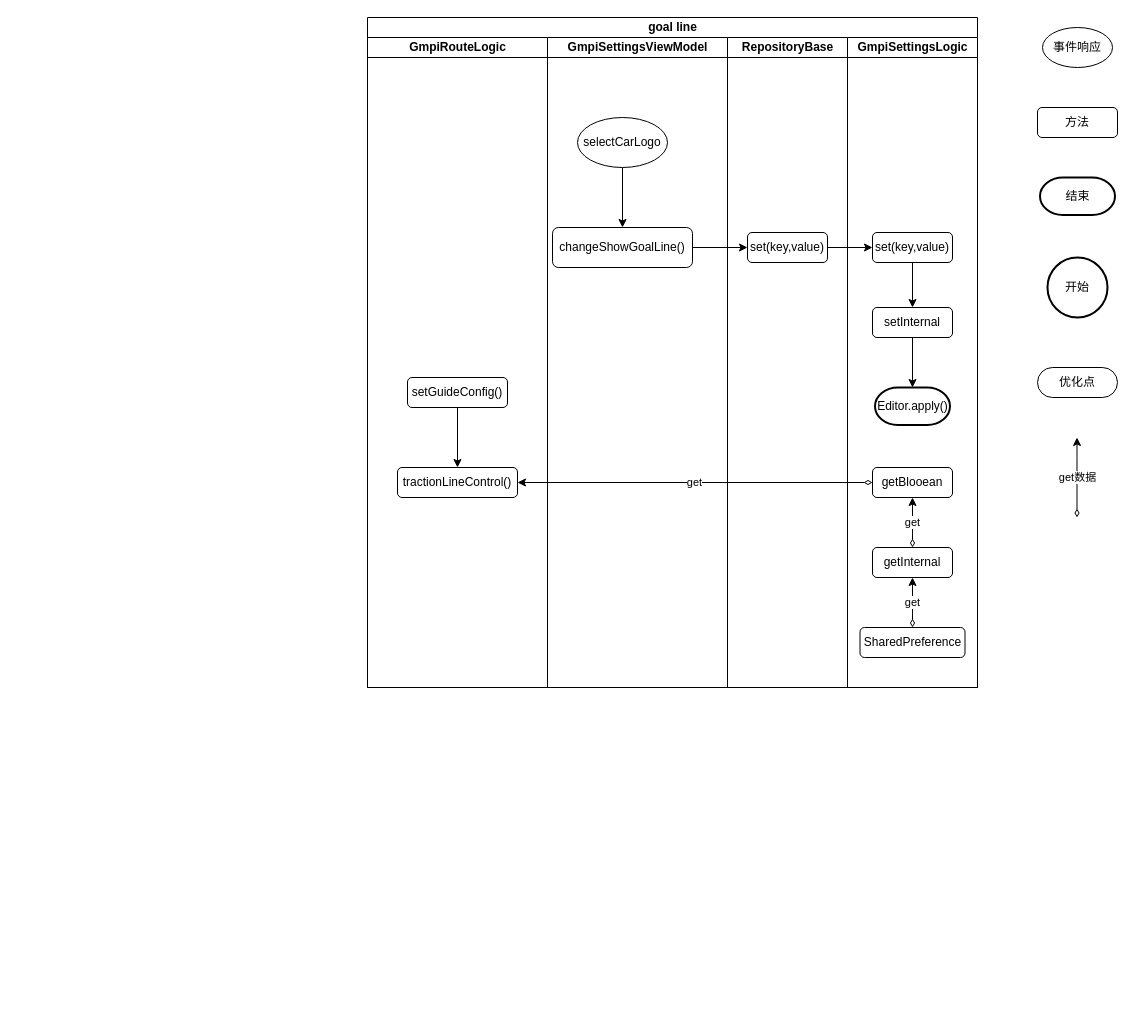
Before: fly line.drawio in voilet0604/android-testing, a draw.io diagram. Source tidied: cells renumbered, new cells numbered last; positions are measured from the earlier drawing's top-left corner, leaving out a move shared by most shapes. Both pictures are drawn from the tidied source at 100%, with x=0, y=0 at pixel (367, 17).
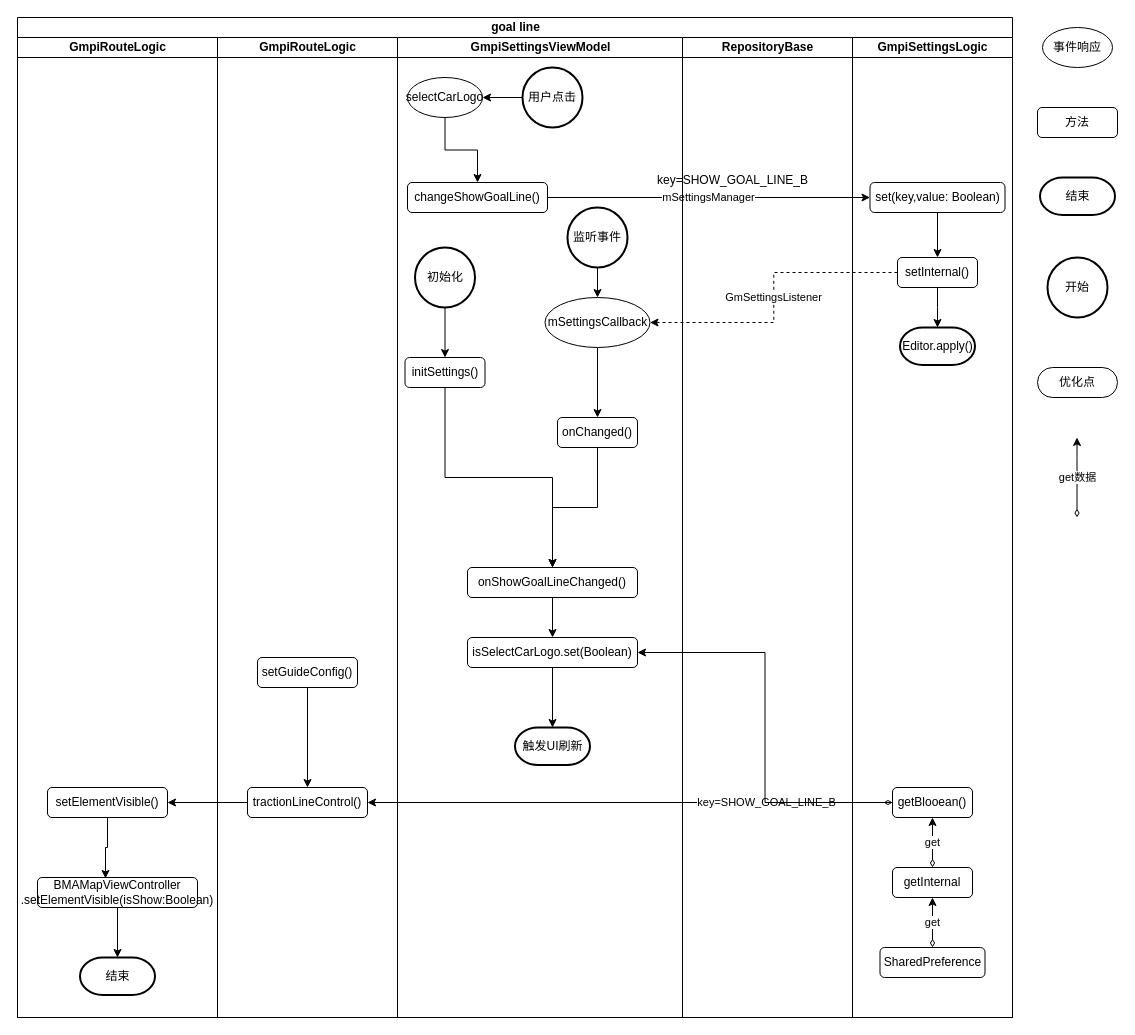
After the change.

Diff of the diagram source:
```diff
@@
     <mxCell id="2" value="goal line" style="swimlane;startSize=20;html=1;" parent="1" vertex="1">
-      <mxGeometry width="610" height="670" as="geometry" />
+      <mxGeometry x="-350" width="995" height="1000" as="geometry" />
     </mxCell>
+    <mxCell id="33" value="GmpiRouteLogic" style="swimlane;startSize=20;html=1;" parent="2" vertex="1">
+      <mxGeometry y="20" width="200" height="980" as="geometry" />
+    </mxCell>
+    <mxCell id="34" style="edgeStyle=orthogonalEdgeStyle;rounded=0;jettySize=auto;html=1;entryX=0.425;entryY=0.033;entryDx=0;entryDy=0;entryPerimeter=0;" parent="33" edge="1" source="35" target="37">
+      <mxGeometry relative="1" as="geometry" />
+    </mxCell>
+    <mxCell id="35" value="setElementVisible()" style="rounded=1;whiteSpace=wrap;html=1;" parent="33" vertex="1">
+      <mxGeometry x="30" y="750" width="120" height="30" as="geometry" />
+    </mxCell>
+    <mxCell id="36" style="edgeStyle=orthogonalEdgeStyle;rounded=0;jettySize=auto;html=1;" parent="33" edge="1" source="37" target="38">
+      <mxGeometry relative="1" as="geometry" />
+    </mxCell>
+    <mxCell id="37" value="BMAMapViewController&lt;br&gt;.setElementVisible(isShow:Boolean)" style="rounded=1;whiteSpace=wrap;html=1;" parent="33" vertex="1">
+      <mxGeometry x="20" y="840" width="160" height="30" as="geometry" />
+    </mxCell>
+    <mxCell id="38" value="结束" style="strokeWidth=2;html=1;shape=mxgraph.flowchart.terminator;whiteSpace=wrap;" parent="33" vertex="1">
+      <mxGeometry x="62.5" y="920" width="75" height="37.5" as="geometry" />
+    </mxCell>
+    <mxCell id="26" value="key=SHOW_GOAL_LINE_B" style="edgeStyle=orthogonalEdgeStyle;rounded=0;jettySize=auto;html=1;startArrow=diamondThin;startFill=0;" parent="2" edge="1" source="21" target="6">
+      <mxGeometry x="-0.52" relative="1" as="geometry" />
+    </mxCell>
+    <mxCell id="39" style="edgeStyle=orthogonalEdgeStyle;rounded=0;jettySize=auto;html=1;entryX=1;entryY=0.5;entryDx=0;entryDy=0;" parent="2" edge="1" source="6" target="35">
+      <mxGeometry relative="1" as="geometry" />
+    </mxCell>
     <mxCell id="3" value="GmpiRouteLogic" style="swimlane;startSize=20;html=1;" parent="2" vertex="1">
-      <mxGeometry y="20" width="180" height="650" as="geometry" />
+      <mxGeometry x="200" y="20" width="180" height="980" as="geometry" />
     </mxCell>
@@
     <mxCell id="5" value="setGuideConfig()" style="rounded=1;whiteSpace=wrap;html=1;" parent="3" vertex="1">
-      <mxGeometry x="40" y="340" width="100" height="30" as="geometry" />
+      <mxGeometry x="40" y="620" width="100" height="30" as="geometry" />
     </mxCell>
     <mxCell id="6" value="tractionLineControl()" style="rounded=1;whiteSpace=wrap;html=1;" parent="3" vertex="1">
-      <mxGeometry x="30" y="430" width="120" height="30" as="geometry" />
+      <mxGeometry x="30" y="750" width="120" height="30" as="geometry" />
     </mxCell>
+    <mxCell id="40" value="mSettingsManager" style="edgeStyle=orthogonalEdgeStyle;rounded=0;jettySize=auto;html=1;" parent="2" edge="1" source="10" target="15">
+      <mxGeometry relative="1" as="geometry" />
+    </mxCell>
     <mxCell id="7" value="GmpiSettingsViewModel" style="swimlane;startSize=20;html=1;" parent="2" vertex="1">
-      <mxGeometry x="180" y="20" width="180" height="650" as="geometry" />
+      <mxGeometry x="380" y="20" width="285" height="980" as="geometry" />
     </mxCell>
@@
     <mxCell id="9" value="selectCarLogo" style="ellipse;whiteSpace=wrap;html=1;" parent="7" vertex="1">
-      <mxGeometry x="30" y="80" width="90" height="50" as="geometry" />
+      <mxGeometry x="10" y="40" width="75" height="40" as="geometry" />
     </mxCell>
     <mxCell id="10" value="changeShowGoalLine()" style="rounded=1;whiteSpace=wrap;html=1;" parent="7" vertex="1">
-      <mxGeometry x="5" y="190" width="140" height="40" as="geometry" />
+      <mxGeometry x="10" y="145" width="140" height="30" as="geometry" />
     </mxCell>
+    <mxCell id="41" style="edgeStyle=orthogonalEdgeStyle;rounded=0;jettySize=auto;html=1;" parent="7" edge="1" source="42" target="9">
+      <mxGeometry relative="1" as="geometry" />
+    </mxCell>
+    <mxCell id="42" value="用户点击" style="strokeWidth=2;html=1;shape=mxgraph.flowchart.start_2;whiteSpace=wrap;" parent="7" vertex="1">
+      <mxGeometry x="125" y="30" width="60" height="60" as="geometry" />
+    </mxCell>
+    <mxCell id="43" style="edgeStyle=orthogonalEdgeStyle;rounded=0;jettySize=auto;html=1;" parent="7" edge="1" source="44" target="46">
+      <mxGeometry relative="1" as="geometry" />
+    </mxCell>
+    <mxCell id="44" value="初始化" style="strokeWidth=2;html=1;shape=mxgraph.flowchart.start_2;whiteSpace=wrap;" parent="7" vertex="1">
+      <mxGeometry x="17.5" y="210" width="60" height="60" as="geometry" />
+    </mxCell>
+    <mxCell id="45" style="edgeStyle=orthogonalEdgeStyle;rounded=0;jettySize=auto;html=1;" parent="7" edge="1" source="46" target="48">
+      <mxGeometry relative="1" as="geometry" />
+    </mxCell>
+    <mxCell id="46" value="initSettings()" style="rounded=1;whiteSpace=wrap;html=1;" parent="7" vertex="1">
+      <mxGeometry x="7.5" y="320" width="80" height="30" as="geometry" />
+    </mxCell>
+    <mxCell id="47" style="edgeStyle=orthogonalEdgeStyle;rounded=0;jettySize=auto;html=1;" parent="7" edge="1" source="48" target="56">
+      <mxGeometry relative="1" as="geometry" />
+    </mxCell>
+    <mxCell id="48" value="onShowGoalLineChanged()" style="rounded=1;whiteSpace=wrap;html=1;" parent="7" vertex="1">
+      <mxGeometry x="70" y="530" width="170" height="30" as="geometry" />
+    </mxCell>
+    <mxCell id="49" style="edgeStyle=orthogonalEdgeStyle;rounded=0;jettySize=auto;html=1;" parent="7" edge="1" source="50" target="52">
+      <mxGeometry relative="1" as="geometry" />
+    </mxCell>
+    <mxCell id="50" value="监听事件" style="strokeWidth=2;html=1;shape=mxgraph.flowchart.start_2;whiteSpace=wrap;" parent="7" vertex="1">
+      <mxGeometry x="170" y="170" width="60" height="60" as="geometry" />
+    </mxCell>
+    <mxCell id="51" style="edgeStyle=orthogonalEdgeStyle;rounded=0;jettySize=auto;html=1;" parent="7" edge="1" source="52" target="54">
+      <mxGeometry relative="1" as="geometry" />
+    </mxCell>
+    <mxCell id="52" value="mSettingsCallback" style="ellipse;whiteSpace=wrap;html=1;" parent="7" vertex="1">
+      <mxGeometry x="147.5" y="260" width="105" height="50" as="geometry" />
+    </mxCell>
+    <mxCell id="53" style="edgeStyle=orthogonalEdgeStyle;rounded=0;jettySize=auto;html=1;" parent="7" edge="1" source="54" target="48">
+      <mxGeometry relative="1" as="geometry" />
+    </mxCell>
+    <mxCell id="54" value="onChanged()" style="rounded=1;whiteSpace=wrap;html=1;" parent="7" vertex="1">
+      <mxGeometry x="160" y="380" width="80" height="30" as="geometry" />
+    </mxCell>
+    <mxCell id="55" style="edgeStyle=orthogonalEdgeStyle;rounded=0;jettySize=auto;html=1;" parent="7" edge="1" source="56" target="57">
+      <mxGeometry relative="1" as="geometry" />
+    </mxCell>
+    <mxCell id="56" value="isSelectCarLogo.set(Boolean)" style="rounded=1;whiteSpace=wrap;html=1;" parent="7" vertex="1">
+      <mxGeometry x="70" y="600" width="170" height="30" as="geometry" />
+    </mxCell>
+    <mxCell id="57" value="触发UI刷新" style="strokeWidth=2;html=1;shape=mxgraph.flowchart.terminator;whiteSpace=wrap;" parent="7" vertex="1">
+      <mxGeometry x="117.5" y="690" width="75" height="37.5" as="geometry" />
+    </mxCell>
     <mxCell id="11" value="RepositoryBase" style="swimlane;startSize=20;html=1;" parent="2" vertex="1">
-      <mxGeometry x="360" y="20" width="120" height="650" as="geometry" />
+      <mxGeometry x="665" y="20" width="170" height="980" as="geometry" />
     </mxCell>
-    <mxCell id="12" value="set(key,value)" style="rounded=1;whiteSpace=wrap;html=1;" parent="11" vertex="1">
-      <mxGeometry x="20" y="195" width="80" height="30" as="geometry" />
-    </mxCell>
+    <mxCell id="58" value="key=SHOW_GOAL_LINE_B" style="text;html=1;align=center;verticalAlign=middle;strokeColor=none;fillColor=none;" parent="11" vertex="1">
+      <mxGeometry x="-35" y="128" width="170" height="30" as="geometry" />
+    </mxCell>
     <mxCell id="13" value="GmpiSettingsLogic" style="swimlane;startSize=20;html=1;" parent="2" vertex="1">
-      <mxGeometry x="480" y="20" width="130" height="650" as="geometry" />
+      <mxGeometry x="835" y="20" width="160" height="980" as="geometry" />
     </mxCell>
@@
-    <mxCell id="15" value="set(key,value)" style="rounded=1;whiteSpace=wrap;html=1;" parent="13" vertex="1">
-      <mxGeometry x="25" y="195" width="80" height="30" as="geometry" />
+    <mxCell id="15" value="set(key,value: Boolean)" style="rounded=1;whiteSpace=wrap;html=1;" parent="13" vertex="1">
+      <mxGeometry x="17.5" y="145" width="135" height="30" as="geometry" />
     </mxCell>
-    <mxCell id="16" style="edgeStyle=orthogonalEdgeStyle;rounded=0;jettySize=auto;html=1;" parent="13" edge="1" source="17" target="18">
-      <mxGeometry relative="1" as="geometry" />
+    <mxCell id="16" style="edgeStyle=orthogonalEdgeStyle;rounded=0;jettySize=auto;html=1;" parent="13" edge="1" source="17">
+      <mxGeometry relative="1" as="geometry">
+        <mxPoint x="85" y="290" as="targetPoint" />
+      </mxGeometry>
     </mxCell>
-    <mxCell id="17" value="setInternal" style="rounded=1;whiteSpace=wrap;html=1;" parent="13" vertex="1">
-      <mxGeometry x="25" y="270" width="80" height="30" as="geometry" />
+    <mxCell id="17" value="setInternal()" style="rounded=1;whiteSpace=wrap;html=1;" parent="13" vertex="1">
+      <mxGeometry x="45" y="220" width="80" height="30" as="geometry" />
     </mxCell>
     <mxCell id="18" value="Editor.apply()" style="strokeWidth=2;html=1;shape=mxgraph.flowchart.terminator;whiteSpace=wrap;" parent="13" vertex="1">
-      <mxGeometry x="27.5" y="350" width="75" height="37.5" as="geometry" />
+      <mxGeometry x="47.5" y="290" width="75" height="37.5" as="geometry" />
     </mxCell>
@@
     <mxCell id="20" value="getInternal" style="rounded=1;whiteSpace=wrap;html=1;" parent="13" vertex="1">
-      <mxGeometry x="25" y="510" width="80" height="30" as="geometry" />
+      <mxGeometry x="40" y="830" width="80" height="30" as="geometry" />
     </mxCell>
-    <mxCell id="21" value="getBlooean" style="rounded=1;whiteSpace=wrap;html=1;" parent="13" vertex="1">
-      <mxGeometry x="25" y="430" width="80" height="30" as="geometry" />
+    <mxCell id="21" value="getBlooean()" style="rounded=1;whiteSpace=wrap;html=1;" parent="13" vertex="1">
+      <mxGeometry x="40" y="750" width="80" height="30" as="geometry" />
     </mxCell>
@@
     <mxCell id="23" value="SharedPreference" style="rounded=1;whiteSpace=wrap;html=1;" parent="13" vertex="1">
-      <mxGeometry x="12.5" y="590" width="105" height="30" as="geometry" />
+      <mxGeometry x="27.5" y="910" width="105" height="30" as="geometry" />
     </mxCell>
-    <mxCell id="24" style="edgeStyle=orthogonalEdgeStyle;rounded=0;jettySize=auto;html=1;" parent="2" edge="1" source="10" target="12">
-      <mxGeometry relative="1" as="geometry" />
-    </mxCell>
-    <mxCell id="25" style="edgeStyle=orthogonalEdgeStyle;rounded=0;jettySize=auto;html=1;entryX=0;entryY=0.5;entryDx=0;entryDy=0;" parent="2" edge="1" source="12" target="15">
-      <mxGeometry relative="1" as="geometry" />
-    </mxCell>
-    <mxCell id="26" value="get" style="edgeStyle=orthogonalEdgeStyle;rounded=0;jettySize=auto;html=1;startArrow=diamondThin;startFill=0;" parent="2" edge="1" source="21" target="6">
-      <mxGeometry relative="1" as="geometry" />
-    </mxCell>
+    <mxCell id="59" value="GmSettingsListener" style="edgeStyle=orthogonalEdgeStyle;rounded=0;jettySize=auto;html=1;entryX=1;entryY=0.5;entryDx=0;entryDy=0;dashed=1;" parent="2" edge="1" source="17" target="52">
+      <mxGeometry relative="1" as="geometry" />
+    </mxCell>
+    <mxCell id="60" style="edgeStyle=orthogonalEdgeStyle;rounded=0;jettySize=auto;html=1;entryX=1;entryY=0.5;entryDx=0;entryDy=0;" parent="2" edge="1" source="21" target="56">
+      <mxGeometry relative="1" as="geometry" />
+    </mxCell>
```
